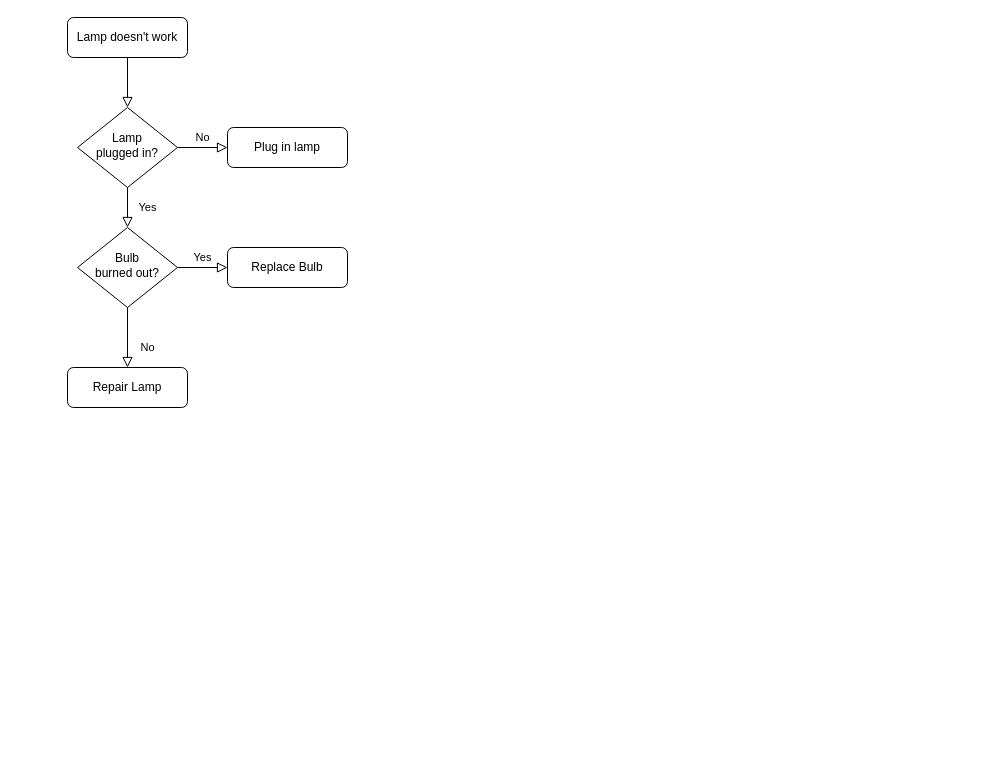
piaoransheng/draw.io keeps this draw.io diagram as Untitled Diagram.drawio. Above is the earlier version. Source tidied: cells renumbered, new cells numbered last; positions are measured from the earlier drawing's top-left corner, leaving out a move shared by most shapes. Both pictures are drawn from the tidied source at 100%, with x=0, y=0 at pixel (67, 17).
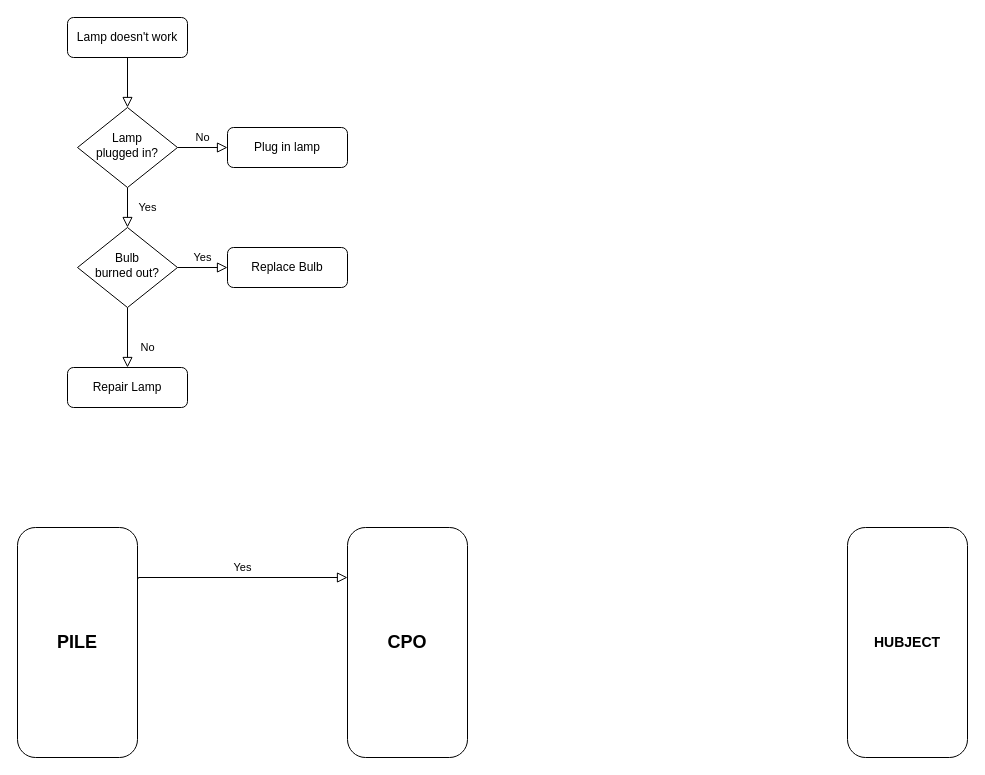
After the change.

The edit, as a diff of the source:
```diff
@@
 <mxGraphModel>
   <root>
     <mxCell id="0" />
     <mxCell id="1" parent="0" />
     <mxCell id="2" style="rounded=0;html=1;jettySize=auto;fontSize=11;endArrow=block;endFill=0;endSize=8;strokeWidth=1;shadow=0;labelBackgroundColor=none;edgeStyle=orthogonalEdgeStyle;" parent="1" edge="1" source="3" target="6">
       <mxGeometry relative="1" as="geometry" />
     </mxCell>
     <mxCell id="3" value="Lamp doesn't work" style="rounded=1;whiteSpace=wrap;html=1;fontSize=12;glass=0;strokeWidth=1;shadow=0;" parent="1" vertex="1">
       <mxGeometry width="120" height="40" as="geometry" />
     </mxCell>
     <mxCell id="4" value="Yes" style="rounded=0;html=1;jettySize=auto;fontSize=11;endArrow=block;endFill=0;endSize=8;strokeWidth=1;shadow=0;labelBackgroundColor=none;edgeStyle=orthogonalEdgeStyle;" parent="1" edge="1" source="6" target="10">
       <mxGeometry y="20" relative="1" as="geometry" />
     </mxCell>
     <mxCell id="5" value="No" style="edgeStyle=orthogonalEdgeStyle;rounded=0;html=1;jettySize=auto;fontSize=11;endArrow=block;endFill=0;endSize=8;strokeWidth=1;shadow=0;labelBackgroundColor=none;" parent="1" edge="1" source="6" target="7">
       <mxGeometry y="10" relative="1" as="geometry" />
     </mxCell>
     <mxCell id="6" value="Lamp&lt;br&gt;plugged in?" style="rhombus;whiteSpace=wrap;html=1;shadow=0;fontFamily=Helvetica;fontSize=12;align=center;strokeWidth=1;spacing=6;spacingTop=-4;" parent="1" vertex="1">
       <mxGeometry x="10" y="90" width="100" height="80" as="geometry" />
     </mxCell>
     <mxCell id="7" value="Plug in lamp" style="rounded=1;whiteSpace=wrap;html=1;fontSize=12;glass=0;strokeWidth=1;shadow=0;" parent="1" vertex="1">
       <mxGeometry x="160" y="110" width="120" height="40" as="geometry" />
     </mxCell>
     <mxCell id="8" value="No" style="rounded=0;html=1;jettySize=auto;fontSize=11;endArrow=block;endFill=0;endSize=8;strokeWidth=1;shadow=0;labelBackgroundColor=none;edgeStyle=orthogonalEdgeStyle;" parent="1" edge="1" source="10" target="11">
       <mxGeometry x="0.33" y="20" relative="1" as="geometry" />
     </mxCell>
     <mxCell id="9" value="Yes" style="edgeStyle=orthogonalEdgeStyle;rounded=0;html=1;jettySize=auto;fontSize=11;endArrow=block;endFill=0;endSize=8;strokeWidth=1;shadow=0;labelBackgroundColor=none;" parent="1" edge="1" source="10" target="12">
       <mxGeometry y="10" relative="1" as="geometry" />
     </mxCell>
     <mxCell id="10" value="Bulb&lt;br&gt;burned out?" style="rhombus;whiteSpace=wrap;html=1;shadow=0;fontFamily=Helvetica;fontSize=12;align=center;strokeWidth=1;spacing=6;spacingTop=-4;" parent="1" vertex="1">
       <mxGeometry x="10" y="210" width="100" height="80" as="geometry" />
     </mxCell>
     <mxCell id="11" value="Repair Lamp" style="rounded=1;whiteSpace=wrap;html=1;fontSize=12;glass=0;strokeWidth=1;shadow=0;" parent="1" vertex="1">
       <mxGeometry y="350" width="120" height="40" as="geometry" />
     </mxCell>
     <mxCell id="12" value="Replace Bulb" style="rounded=1;whiteSpace=wrap;html=1;fontSize=12;glass=0;strokeWidth=1;shadow=0;" parent="1" vertex="1">
       <mxGeometry x="160" y="230" width="120" height="40" as="geometry" />
     </mxCell>
+    <mxCell id="13" value="&lt;b&gt;&lt;font style=&quot;font-size: 18px;&quot;&gt;PILE&lt;/font&gt;&lt;/b&gt;" style="rounded=1;whiteSpace=wrap;html=1;fontSize=12;glass=0;strokeWidth=1;shadow=0;" parent="1" vertex="1">
+      <mxGeometry x="-50" y="510" width="120" height="230" as="geometry" />
+    </mxCell>
+    <mxCell id="14" value="&lt;font style=&quot;font-size: 14px;&quot;&gt;&lt;b&gt;HUBJECT&lt;/b&gt;&lt;/font&gt;" style="rounded=1;whiteSpace=wrap;html=1;fontSize=12;glass=0;strokeWidth=1;shadow=0;" parent="1" vertex="1">
+      <mxGeometry x="780" y="510" width="120" height="230" as="geometry" />
+    </mxCell>
+    <mxCell id="15" value="Yes" style="edgeStyle=orthogonalEdgeStyle;rounded=0;html=1;jettySize=auto;fontSize=11;endArrow=block;endFill=0;endSize=8;strokeWidth=1;shadow=0;labelBackgroundColor=none;exitX=1.008;exitY=0.222;exitDx=0;exitDy=0;exitPerimeter=0;" parent="1" edge="1" source="13">
+      <mxGeometry y="10" relative="1" as="geometry">
+        <mxPoint x="280" y="560" as="targetPoint" />
+        <Array as="points">
+          <mxPoint x="71" y="560" />
+        </Array>
+      </mxGeometry>
+    </mxCell>
+    <mxCell id="16" value="&lt;b&gt;&lt;font style=&quot;font-size: 18px;&quot;&gt;CPO&lt;/font&gt;&lt;/b&gt;" style="rounded=1;whiteSpace=wrap;html=1;fontSize=12;glass=0;strokeWidth=1;shadow=0;" parent="1" vertex="1">
+      <mxGeometry x="280" y="510" width="120" height="230" as="geometry" />
+    </mxCell>
   </root>
 </mxGraphModel>
```
